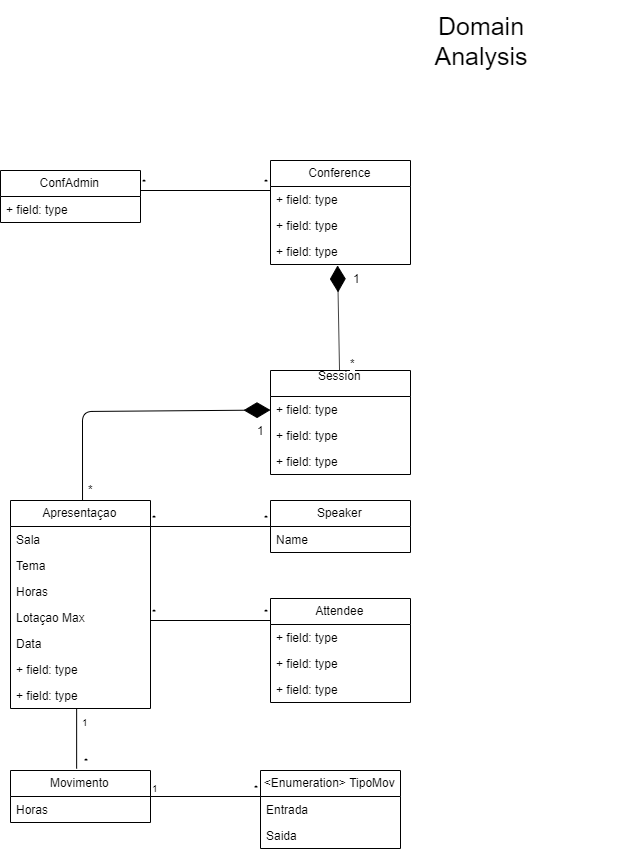
This is domain_analysis.png from softeng-feup/open-cx-peoplestalker, a draw.io export, as it was before one commit. Source tidied: cells renumbered, new cells last; positions are measured from the earlier drawing's top-left corner, leaving out a move shared by most shapes.
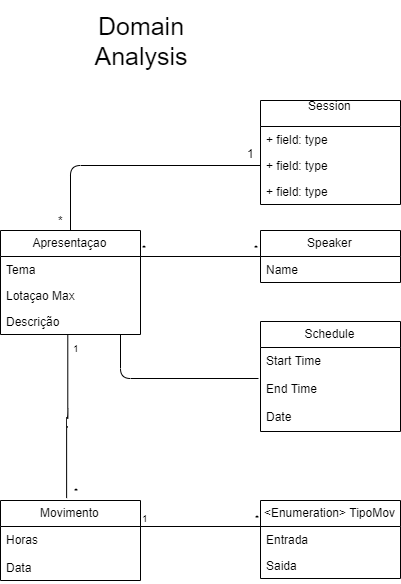
The same file after the commit.

Commit message:
Added Domain Analysis

The edit, as a diff of the source:
```diff
@@ -3,38 +3,8 @@
     <mxCell id="0" />
     <mxCell id="1" parent="0" />
     <mxCell id="2" value="&lt;font style=&quot;font-size: 25px&quot;&gt;Domain Analysis&lt;/font&gt;" style="text;html=1;strokeColor=none;fillColor=none;align=center;verticalAlign=middle;whiteSpace=wrap;rounded=0;" parent="1" vertex="1">
-      <mxGeometry x="340" width="280" height="50" as="geometry" />
+      <mxGeometry x="10" y="270" width="280" height="50" as="geometry" />
     </mxCell>
-    <mxCell id="3" value="ConfAdmin" style="swimlane;fontStyle=0;horizontal=1;startSize=26;fillColor=none;" parent="1" vertex="1">
-      <mxGeometry y="170" width="140" height="52" as="geometry" />
-    </mxCell>
-    <mxCell id="4" value="+ field: type" style="text;strokeColor=none;fillColor=none;align=left;verticalAlign=top;spacingLeft=4;spacingRight=4;overflow=hidden;" parent="3" vertex="1">
-      <mxGeometry y="26" width="140" height="26" as="geometry" />
-    </mxCell>
-    <mxCell id="5" value="Conference" style="swimlane;fontStyle=0;horizontal=1;startSize=26;fillColor=none;" parent="1" vertex="1">
-      <mxGeometry x="270" y="160" width="140" height="104" as="geometry" />
-    </mxCell>
-    <mxCell id="6" value="+ field: type" style="text;strokeColor=none;fillColor=none;align=left;verticalAlign=top;spacingLeft=4;spacingRight=4;overflow=hidden;" parent="5" vertex="1">
-      <mxGeometry y="26" width="140" height="26" as="geometry" />
-    </mxCell>
-    <mxCell id="7" value="+ field: type" style="text;strokeColor=none;fillColor=none;align=left;verticalAlign=top;spacingLeft=4;spacingRight=4;overflow=hidden;" parent="5" vertex="1">
-      <mxGeometry y="52" width="140" height="26" as="geometry" />
-    </mxCell>
-    <mxCell id="8" value="+ field: type" style="text;strokeColor=none;fillColor=none;align=left;verticalAlign=top;spacingLeft=4;spacingRight=4;overflow=hidden;points=[[0,0.5],[1,0.5]];portConstraint=eastwest;" parent="5" vertex="1">
-      <mxGeometry y="78" width="140" height="26" as="geometry" />
-    </mxCell>
-    <mxCell id="9" style="endArrow=none;html=1;edgeStyle=orthogonalEdgeStyle;" parent="1" edge="1">
-      <mxGeometry relative="1" as="geometry">
-        <mxPoint x="140" y="190" as="sourcePoint" />
-        <mxPoint x="270" y="190" as="targetPoint" />
-      </mxGeometry>
-    </mxCell>
-    <mxCell id="10" value="*" style="html=1;align=left;verticalAlign=bottom;labelBackgroundColor=#ffffff;fontSize=10;" parent="9" vertex="1">
-      <mxGeometry x="-1" relative="1" as="geometry" />
-    </mxCell>
-    <mxCell id="11" value="*" style="html=1;align=right;verticalAlign=bottom;labelBackgroundColor=#ffffff;fontSize=10;" parent="9" vertex="1">
-      <mxGeometry x="1" relative="1" as="geometry" />
-    </mxCell>
     <mxCell id="12" value="Session&#10;" style="swimlane;fontStyle=0;horizontal=1;startSize=26;fillColor=none;" parent="1" vertex="1">
       <mxGeometry x="270" y="370" width="140" height="104" as="geometry" />
     </mxCell>
@@ -47,79 +17,24 @@
     <mxCell id="15" value="+ field: type" style="text;strokeColor=none;fillColor=none;align=left;verticalAlign=top;spacingLeft=4;spacingRight=4;overflow=hidden;" parent="12" vertex="1">
       <mxGeometry y="78" width="140" height="26" as="geometry" />
     </mxCell>
-    <mxCell id="16" style="endArrow=diamondThin;endFill=1;endSize=24;html=1;entryX=0.479;entryY=1.035;entryDx=0;entryDy=0;entryPerimeter=0;" parent="1" edge="1" source="12" target="8">
-      <mxGeometry relative="1" as="geometry" />
-    </mxCell>
-    <mxCell id="17" value="*" style="text;html=1;align=center;verticalAlign=middle;labelBackgroundColor=#ffffff;" parent="16" vertex="1">
-      <mxGeometry x="-0.56" y="2" relative="1" as="geometry">
-        <mxPoint x="15" y="15" as="offset" />
-      </mxGeometry>
-    </mxCell>
-    <mxCell id="18" value="1" style="text;html=1;align=center;verticalAlign=middle;labelBackgroundColor=#ffffff;" parent="1" vertex="1">
-      <mxGeometry x="350" y="360.1" as="geometry">
-        <mxPoint x="6" y="-83" as="offset" />
-      </mxGeometry>
-    </mxCell>
     <mxCell id="19" value="Apresentaçao" style="swimlane;fontStyle=0;horizontal=1;startSize=26;fillColor=none;" parent="1" vertex="1">
-      <mxGeometry x="10" y="500" width="140" height="208" as="geometry" />
+      <mxGeometry x="10" y="500" width="140" height="104" as="geometry" />
     </mxCell>
-    <mxCell id="20" value="Sala" style="text;strokeColor=none;fillColor=none;align=left;verticalAlign=top;spacingLeft=4;spacingRight=4;overflow=hidden;" parent="19" vertex="1">
-      <mxGeometry y="26" width="140" height="26" as="geometry" />
-    </mxCell>
     <mxCell id="21" value="Tema" style="text;strokeColor=none;fillColor=none;align=left;verticalAlign=top;spacingLeft=4;spacingRight=4;overflow=hidden;" parent="19" vertex="1">
-      <mxGeometry y="52" width="140" height="26" as="geometry" />
+      <mxGeometry y="26" width="140" height="26" as="geometry" />
     </mxCell>
-    <mxCell id="22" value="Horas&#10;" style="text;strokeColor=none;fillColor=none;align=left;verticalAlign=top;spacingLeft=4;spacingRight=4;overflow=hidden;" parent="19" vertex="1">
-      <mxGeometry y="78" width="140" height="26" as="geometry" />
-    </mxCell>
     <mxCell id="23" value="Lotaçao Max" style="text;strokeColor=none;fillColor=none;align=left;verticalAlign=top;spacingLeft=4;spacingRight=4;overflow=hidden;" parent="19" vertex="1">
-      <mxGeometry y="104" width="140" height="26" as="geometry" />
+      <mxGeometry y="52" width="140" height="26" as="geometry" />
     </mxCell>
-    <mxCell id="24" value="Data" style="text;strokeColor=none;fillColor=none;align=left;verticalAlign=top;spacingLeft=4;spacingRight=4;overflow=hidden;" parent="19" vertex="1">
-      <mxGeometry y="130" width="140" height="26" as="geometry" />
-    </mxCell>
-    <mxCell id="25" value="+ field: type" style="text;strokeColor=none;fillColor=none;align=left;verticalAlign=top;spacingLeft=4;spacingRight=4;overflow=hidden;points=[[0,0.5],[1,0.5]];portConstraint=eastwest;" parent="19" vertex="1">
-      <mxGeometry y="156" width="140" height="26" as="geometry" />
+    <mxCell id="25" value="Descrição" style="text;strokeColor=none;fillColor=none;align=left;verticalAlign=top;spacingLeft=4;spacingRight=4;overflow=hidden;points=[[0,0.5],[1,0.5]];portConstraint=eastwest;" parent="19" vertex="1">
+      <mxGeometry y="78" width="140" height="26" as="geometry" />
     </mxCell>
-    <mxCell id="26" value="+ field: type" style="text;strokeColor=none;fillColor=none;align=left;verticalAlign=top;spacingLeft=4;spacingRight=4;overflow=hidden;points=[[0,0.5],[1,0.5]];portConstraint=eastwest;" parent="19" vertex="1">
-      <mxGeometry y="182" width="140" height="26" as="geometry" />
-    </mxCell>
-    <mxCell id="27" style="endArrow=diamondThin;endFill=1;endSize=24;html=1;" parent="1" edge="1" target="13">
-      <mxGeometry relative="1" as="geometry">
-        <mxPoint x="82" y="500" as="sourcePoint" />
-        <Array as="points">
-          <mxPoint x="82" y="411" />
-        </Array>
-      </mxGeometry>
-    </mxCell>
-    <mxCell id="28" value="*" style="text;html=1;align=center;verticalAlign=middle;labelBackgroundColor=#ffffff;" parent="27" vertex="1">
-      <mxGeometry x="-0.56" y="2" relative="1" as="geometry">
-        <mxPoint x="10" y="49.5" as="offset" />
-      </mxGeometry>
-    </mxCell>
-    <mxCell id="29" value="1" style="text;html=1;align=center;verticalAlign=middle;labelBackgroundColor=#ffffff;" parent="1" vertex="1">
-      <mxGeometry x="250" y="380" as="geometry">
-        <mxPoint x="10" y="49.5" as="offset" />
-      </mxGeometry>
-    </mxCell>
     <mxCell id="30" value="Speaker" style="swimlane;fontStyle=0;horizontal=1;startSize=26;fillColor=none;" parent="1" vertex="1">
       <mxGeometry x="270" y="500" width="140" height="52" as="geometry" />
     </mxCell>
     <mxCell id="31" value="Name" style="text;strokeColor=none;fillColor=none;align=left;verticalAlign=top;spacingLeft=4;spacingRight=4;overflow=hidden;" parent="30" vertex="1">
       <mxGeometry y="26" width="140" height="26" as="geometry" />
     </mxCell>
-    <mxCell id="32" value="Attendee" style="swimlane;fontStyle=0;horizontal=1;startSize=26;fillColor=none;" parent="1" vertex="1">
-      <mxGeometry x="270" y="598" width="140" height="104" as="geometry" />
-    </mxCell>
-    <mxCell id="33" value="+ field: type" style="text;strokeColor=none;fillColor=none;align=left;verticalAlign=top;spacingLeft=4;spacingRight=4;overflow=hidden;" parent="32" vertex="1">
-      <mxGeometry y="26" width="140" height="26" as="geometry" />
-    </mxCell>
-    <mxCell id="34" value="+ field: type" style="text;strokeColor=none;fillColor=none;align=left;verticalAlign=top;spacingLeft=4;spacingRight=4;overflow=hidden;" parent="32" vertex="1">
-      <mxGeometry y="52" width="140" height="26" as="geometry" />
-    </mxCell>
-    <mxCell id="35" value="+ field: type" style="text;strokeColor=none;fillColor=none;align=left;verticalAlign=top;spacingLeft=4;spacingRight=4;overflow=hidden;" parent="32" vertex="1">
-      <mxGeometry y="78" width="140" height="26" as="geometry" />
-    </mxCell>
     <mxCell id="36" style="endArrow=none;html=1;edgeStyle=orthogonalEdgeStyle;" parent="1" edge="1">
       <mxGeometry relative="1" as="geometry">
         <mxPoint x="150" y="526" as="sourcePoint" />
@@ -132,26 +47,14 @@
     <mxCell id="38" value="*" style="html=1;align=right;verticalAlign=bottom;labelBackgroundColor=#ffffff;fontSize=10;" parent="36" vertex="1">
       <mxGeometry x="1" relative="1" as="geometry" />
     </mxCell>
-    <mxCell id="39" style="endArrow=none;html=1;edgeStyle=orthogonalEdgeStyle;" parent="1" edge="1">
-      <mxGeometry relative="1" as="geometry">
-        <mxPoint x="150" y="620" as="sourcePoint" />
-        <mxPoint x="270" y="620" as="targetPoint" />
-      </mxGeometry>
-    </mxCell>
-    <mxCell id="40" value="*" style="html=1;align=left;verticalAlign=bottom;labelBackgroundColor=#ffffff;fontSize=10;" parent="39" vertex="1">
-      <mxGeometry x="-1" relative="1" as="geometry" />
-    </mxCell>
-    <mxCell id="41" value="*" style="html=1;align=right;verticalAlign=bottom;labelBackgroundColor=#ffffff;fontSize=10;" parent="39" vertex="1">
-      <mxGeometry x="1" relative="1" as="geometry" />
-    </mxCell>
     <mxCell id="42" value="Movimento" style="swimlane;fontStyle=0;horizontal=1;startSize=26;fillColor=none;" parent="1" vertex="1">
-      <mxGeometry x="10" y="770" width="140" height="52" as="geometry" />
+      <mxGeometry x="10" y="770" width="140" height="80" as="geometry" />
     </mxCell>
-    <mxCell id="43" value="Horas" style="text;strokeColor=none;fillColor=none;align=left;verticalAlign=top;spacingLeft=4;spacingRight=4;overflow=hidden;" parent="42" vertex="1">
-      <mxGeometry y="26" width="140" height="26" as="geometry" />
+    <mxCell id="43" value="Horas&#10;&#10;Data" style="text;strokeColor=none;fillColor=none;align=left;verticalAlign=top;spacingLeft=4;spacingRight=4;overflow=hidden;" parent="42" vertex="1">
+      <mxGeometry y="26" width="140" height="54" as="geometry" />
     </mxCell>
     <mxCell id="44" value="&lt;Enumeration&gt; TipoMov" style="swimlane;fontStyle=0;horizontal=1;startSize=26;fillColor=none;" parent="1" vertex="1">
-      <mxGeometry x="260" y="770" width="140" height="78" as="geometry" />
+      <mxGeometry x="270" y="770" width="140" height="78" as="geometry" />
     </mxCell>
     <mxCell id="45" value="Entrada" style="text;strokeColor=none;fillColor=none;align=left;verticalAlign=top;spacingLeft=4;spacingRight=4;overflow=hidden;" parent="44" vertex="1">
       <mxGeometry y="26" width="140" height="26" as="geometry" />
@@ -162,7 +65,7 @@
     <mxCell id="47" style="endArrow=none;html=1;edgeStyle=orthogonalEdgeStyle;" parent="1" edge="1">
       <mxGeometry relative="1" as="geometry">
         <mxPoint x="150" y="796" as="sourcePoint" />
-        <mxPoint x="260" y="796" as="targetPoint" />
+        <mxPoint x="271" y="796" as="targetPoint" />
       </mxGeometry>
     </mxCell>
     <mxCell id="48" value="1" style="html=1;align=left;verticalAlign=bottom;labelBackgroundColor=#ffffff;fontSize=10;" parent="47" vertex="1">
@@ -171,8 +74,12 @@
     <mxCell id="49" value="*" style="html=1;align=right;verticalAlign=bottom;labelBackgroundColor=#ffffff;fontSize=10;" parent="47" vertex="1">
       <mxGeometry x="1" relative="1" as="geometry" />
     </mxCell>
-    <mxCell id="50" style="endArrow=none;html=1;edgeStyle=orthogonalEdgeStyle;exitX=0.473;exitY=0.991;exitDx=0;exitDy=0;exitPerimeter=0;entryX=0.473;entryY=-0.027;entryDx=0;entryDy=0;entryPerimeter=0;" parent="1" edge="1" source="26" target="42">
-      <mxGeometry relative="1" as="geometry" />
+    <mxCell id="50" style="endArrow=none;html=1;edgeStyle=orthogonalEdgeStyle;exitX=0.477;exitY=0.984;exitDx=0;exitDy=0;exitPerimeter=0;entryX=0.473;entryY=-0.027;entryDx=0;entryDy=0;entryPerimeter=0;" parent="1" edge="1" source="25" target="42">
+      <mxGeometry relative="1" as="geometry">
+        <Array as="points">
+          <mxPoint x="77" y="687" />
+        </Array>
+      </mxGeometry>
     </mxCell>
     <mxCell id="51" value="1" style="html=1;align=left;verticalAlign=bottom;labelBackgroundColor=#ffffff;fontSize=10;" parent="50" vertex="1">
       <mxGeometry x="-1" relative="1" as="geometry">
@@ -184,5 +91,38 @@
         <mxPoint x="14" y="1" as="offset" />
       </mxGeometry>
     </mxCell>
+    <mxCell id="53" style="endArrow=none;html=1;entryX=0;entryY=0.5;entryDx=0;entryDy=0;" parent="1" edge="1" target="14">
+      <mxGeometry relative="1" as="geometry">
+        <mxPoint x="80" y="500" as="sourcePoint" />
+        <Array as="points">
+          <mxPoint x="80" y="435" />
+        </Array>
+      </mxGeometry>
+    </mxCell>
+    <mxCell id="54" value="1" style="text;html=1;align=center;verticalAlign=middle;labelBackgroundColor=#ffffff;" parent="53" vertex="1">
+      <mxGeometry x="0.86" relative="1" as="geometry">
+        <mxPoint x="8" y="-13" as="offset" />
+      </mxGeometry>
+    </mxCell>
+    <mxCell id="55" value="*" style="text;html=1;align=center;verticalAlign=middle;labelBackgroundColor=#ffffff;" parent="53" vertex="1">
+      <mxGeometry x="-0.88" relative="1" as="geometry">
+        <mxPoint x="-10" y="5" as="offset" />
+      </mxGeometry>
+    </mxCell>
+    <mxCell id="56" value="Schedule" style="swimlane;fontStyle=0;horizontal=1;startSize=26;fillColor=none;" parent="1" vertex="1">
+      <mxGeometry x="270" y="591" width="140" height="110" as="geometry" />
+    </mxCell>
+    <mxCell id="57" value="Start Time&#10;&#10;End Time&#10;&#10;Date" style="text;strokeColor=none;fillColor=none;align=left;verticalAlign=top;spacingLeft=4;spacingRight=4;overflow=hidden;" parent="56" vertex="1">
+      <mxGeometry y="26" width="140" height="84" as="geometry" />
+    </mxCell>
+    <mxCell id="58" style="endArrow=none;html=1;" parent="1" edge="1">
+      <mxGeometry relative="1" as="geometry">
+        <mxPoint x="268" y="648" as="sourcePoint" />
+        <mxPoint x="130" y="604" as="targetPoint" />
+        <Array as="points">
+          <mxPoint x="130" y="648" />
+        </Array>
+      </mxGeometry>
+    </mxCell>
   </root>
 </mxGraphModel>
```
